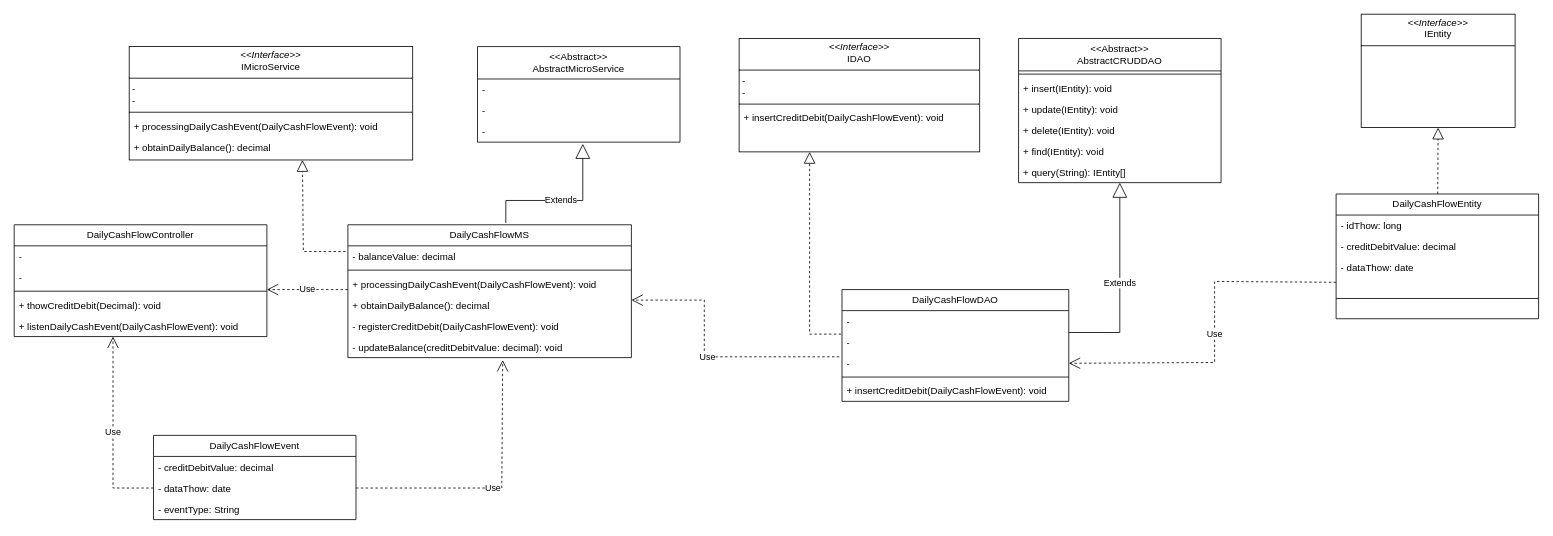
Above: page "Software Class Diagram" (2 of 3) of documentation/DailyCashFlowArchitecture.drawio in wellamaral2007/DailyCashFlowAPI (draw.io), before the change. Source tidied: cells renumbered, new cells numbered last; positions are measured from the earlier drawing's top-left corner, leaving out a move shared by most shapes. Both pictures are drawn from the tidied source at 81%, with x=0, y=0 at pixel (14, 14).
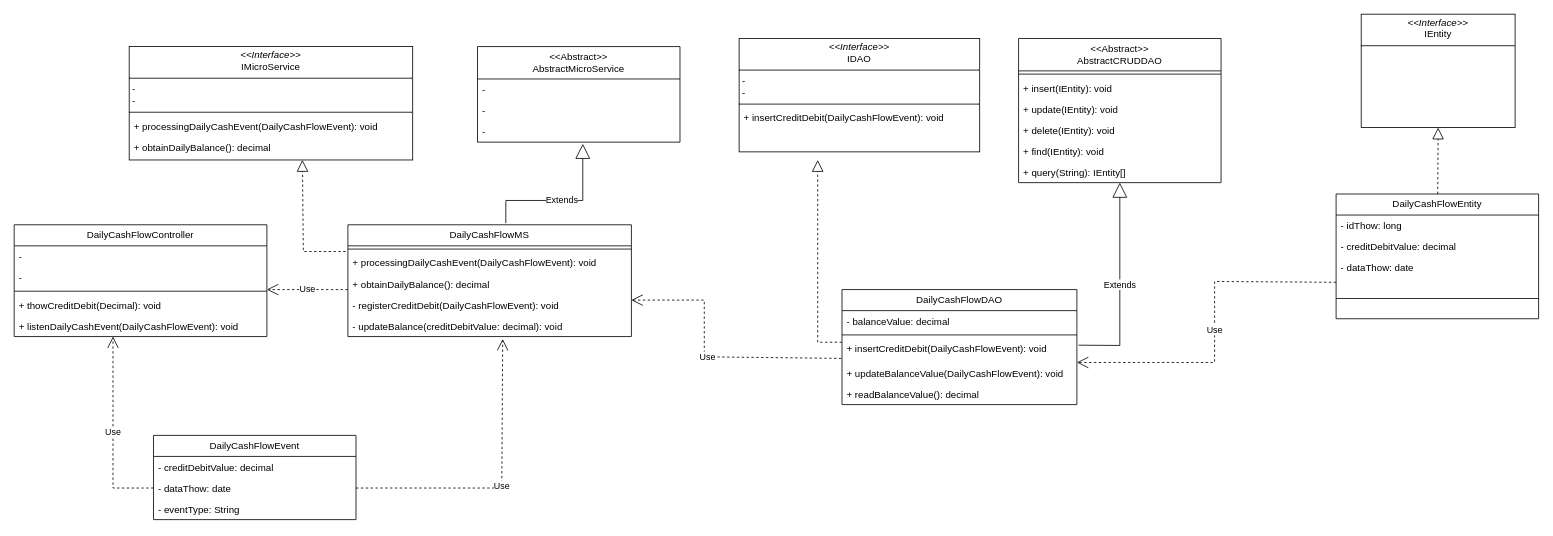
The same diagram, later.

The change refers to these unchanged cells:
```xml
<mxCell id="31" value="&amp;lt;&amp;lt;Abstract&amp;gt;&amp;gt;&lt;div&gt;AbstractCRUDDAO&lt;/div&gt;" style="swimlane;fontStyle=0;horizontal=1;startSize=40;fillColor=none;whiteSpace=wrap;html=1;" parent="1" vertex="1">
  <mxGeometry x="1240" y="30" width="250" height="178" as="geometry" />
</mxCell>
```

Diff of the diagram source:
```diff
@@
     <mxCell id="8" value="DailyCashFlowMS" style="swimlane;fontStyle=0;horizontal=1;startSize=26;fillColor=none;whiteSpace=wrap;html=1;" parent="1" vertex="1">
-      <mxGeometry x="412" y="260" width="350" height="164" as="geometry" />
+      <mxGeometry x="412" y="260" width="350" height="138" as="geometry" />
     </mxCell>
-    <mxCell id="9" value="- balanceValue: decimal" style="text;strokeColor=none;fillColor=none;align=left;verticalAlign=top;spacingLeft=4;spacingRight=4;overflow=hidden;whiteSpace=wrap;html=1;" parent="8" vertex="1">
-      <mxGeometry y="26" width="350" height="26" as="geometry" />
-    </mxCell>
     <mxCell id="10" style="line;strokeWidth=1;fillColor=none;align=left;verticalAlign=middle;spacingTop=-1;spacingLeft=3;spacingRight=3;labelPosition=right;strokeColor=inherit;" parent="8" vertex="1">
-      <mxGeometry y="52" width="350" height="8" as="geometry" />
+      <mxGeometry y="26" width="350" height="8" as="geometry" />
     </mxCell>
     <mxCell id="11" value="&lt;span style=&quot;background-color: initial;&quot;&gt;+ processingDailyCashEvent(DailyCashFlowEvent): void&lt;/span&gt;" style="text;strokeColor=none;fillColor=none;align=left;verticalAlign=top;spacingLeft=4;spacingRight=4;overflow=hidden;whiteSpace=wrap;html=1;" parent="8" vertex="1">
-      <mxGeometry y="60" width="350" height="26" as="geometry" />
+      <mxGeometry y="34" width="350" height="26" as="geometry" />
     </mxCell>
     <mxCell id="12" value="+ obtainDailyBalance(): decimal&lt;div&gt;&lt;br&gt;&lt;/div&gt;" style="text;strokeColor=none;fillColor=none;align=left;verticalAlign=top;spacingLeft=4;spacingRight=4;overflow=hidden;whiteSpace=wrap;html=1;" parent="8" vertex="1">
-      <mxGeometry y="86" width="350" height="26" as="geometry" />
+      <mxGeometry y="60" width="350" height="26" as="geometry" />
     </mxCell>
     <mxCell id="13" value="- registerCreditDebit(DailyCashFlowEvent): void&lt;div&gt;&lt;br&gt;&lt;/div&gt;" style="text;strokeColor=none;fillColor=none;align=left;verticalAlign=top;spacingLeft=4;spacingRight=4;overflow=hidden;whiteSpace=wrap;html=1;" parent="8" vertex="1">
-      <mxGeometry y="112" width="350" height="26" as="geometry" />
+      <mxGeometry y="86" width="350" height="26" as="geometry" />
     </mxCell>
     <mxCell id="14" value="- updateBalance(creditDebitValue: decimal): void&lt;div&gt;&lt;br&gt;&lt;/div&gt;" style="text;strokeColor=none;fillColor=none;align=left;verticalAlign=top;spacingLeft=4;spacingRight=4;overflow=hidden;points=[[0,0.5],[1,0.5]];portConstraint=eastwest;whiteSpace=wrap;html=1;" parent="8" vertex="1">
-      <mxGeometry y="138" width="350" height="26" as="geometry" />
+      <mxGeometry y="112" width="350" height="26" as="geometry" />
     </mxCell>
@@
     <mxCell id="25" value="DailyCashFlowDAO" style="swimlane;fontStyle=0;horizontal=1;startSize=26;fillColor=none;whiteSpace=wrap;html=1;" parent="1" vertex="1">
-      <mxGeometry x="1022" y="340" width="280" height="138" as="geometry" />
+      <mxGeometry x="1022" y="340" width="290" height="142" as="geometry" />
     </mxCell>
-    <mxCell id="26" value="-" style="text;strokeColor=none;fillColor=none;align=left;verticalAlign=top;spacingLeft=4;spacingRight=4;overflow=hidden;points=[[0,0.5],[1,0.5]];portConstraint=eastwest;whiteSpace=wrap;html=1;" parent="25" vertex="1">
-      <mxGeometry y="26" width="280" height="26" as="geometry" />
-    </mxCell>
-    <mxCell id="27" value="-" style="text;strokeColor=none;fillColor=none;align=left;verticalAlign=top;spacingLeft=4;spacingRight=4;overflow=hidden;points=[[0,0.5],[1,0.5]];portConstraint=eastwest;whiteSpace=wrap;html=1;" parent="25" vertex="1">
-      <mxGeometry y="52" width="280" height="26" as="geometry" />
-    </mxCell>
-    <mxCell id="28" value="-" style="text;strokeColor=none;fillColor=none;align=left;verticalAlign=top;spacingLeft=4;spacingRight=4;overflow=hidden;points=[[0,0.5],[1,0.5]];portConstraint=eastwest;whiteSpace=wrap;html=1;" parent="25" vertex="1">
-      <mxGeometry y="78" width="280" height="26" as="geometry" />
-    </mxCell>
+    <mxCell id="9" value="- balanceValue: decimal" style="text;strokeColor=none;fillColor=none;align=left;verticalAlign=top;spacingLeft=4;spacingRight=4;overflow=hidden;whiteSpace=wrap;html=1;" parent="25" vertex="1">
+      <mxGeometry y="26" width="290" height="26" as="geometry" />
+    </mxCell>
     <mxCell id="29" style="line;strokeWidth=1;fillColor=none;align=left;verticalAlign=middle;spacingTop=-1;spacingLeft=3;spacingRight=3;labelPosition=right;strokeColor=inherit;" parent="25" vertex="1">
-      <mxGeometry y="104" width="280" height="8" as="geometry" />
+      <mxGeometry y="52" width="290" height="8" as="geometry" />
     </mxCell>
     <mxCell id="30" value="+ insertCreditDebit(DailyCashFlowEvent): void&lt;div&gt;&lt;br&gt;&lt;/div&gt;" style="text;strokeColor=none;fillColor=none;align=left;verticalAlign=top;spacingLeft=4;spacingRight=4;overflow=hidden;points=[[0,0.5],[1,0.5]];portConstraint=eastwest;whiteSpace=wrap;html=1;" parent="25" vertex="1">
-      <mxGeometry y="112" width="280" height="26" as="geometry" />
+      <mxGeometry y="60" width="290" height="30" as="geometry" />
     </mxCell>
+    <mxCell id="57" value="+ updateBalanceValue(DailyCashFlowEvent): void&lt;div&gt;&lt;br&gt;&lt;/div&gt;" style="text;strokeColor=none;fillColor=none;align=left;verticalAlign=top;spacingLeft=4;spacingRight=4;overflow=hidden;whiteSpace=wrap;html=1;" parent="25" vertex="1">
+      <mxGeometry y="90" width="290" height="26" as="geometry" />
+    </mxCell>
+    <mxCell id="58" value="+ readBalanceValue(): decimal&lt;div&gt;&lt;br&gt;&lt;/div&gt;" style="text;strokeColor=none;fillColor=none;align=left;verticalAlign=top;spacingLeft=4;spacingRight=4;overflow=hidden;whiteSpace=wrap;html=1;" parent="25" vertex="1">
+      <mxGeometry y="116" width="290" height="26" as="geometry" />
+    </mxCell>
@@
-    <mxCell id="40" value="Extends" style="endArrow=block;endSize=16;endFill=0;html=1;rounded=0;exitX=1;exitY=1.038;exitDx=0;exitDy=0;exitPerimeter=0;" parent="1" edge="1" source="26" target="31">
+    <mxCell id="40" value="Extends" style="endArrow=block;endSize=16;endFill=0;html=1;rounded=0;exitX=1.007;exitY=0.288;exitDx=0;exitDy=0;exitPerimeter=0;" parent="1" edge="1" source="30" target="31">
       <mxGeometry relative="1" as="geometry">
         <Array as="points">
-          <mxPoint x="1365" y="393" />
+          <mxPoint x="1365" y="409" />
           <mxPoint x="1365" y="322" />
         </Array>
       </mxGeometry>
     </mxCell>
@@
-    <mxCell id="44" style="endArrow=block;dashed=1;endFill=0;endSize=12;html=1;rounded=0;entryX=0.5;entryY=1;entryDx=0;entryDy=0;exitX=-0.004;exitY=0.115;exitDx=0;exitDy=0;exitPerimeter=0;" parent="1" edge="1" source="27">
-      <mxGeometry relative="1" as="geometry">
-        <mxPoint x="982" y="170" as="targetPoint" />
-        <Array as="points">
-          <mxPoint x="982" y="395" />
-        </Array>
-      </mxGeometry>
-    </mxCell>
@@
-    <mxCell id="50" value="Use" style="endArrow=open;endSize=12;dashed=1;html=1;rounded=0;entryX=1;entryY=0.5;entryDx=0;entryDy=0;" parent="1" edge="1" target="28">
+    <mxCell id="50" value="Use" style="endArrow=open;endSize=12;dashed=1;html=1;rounded=0;entryX=1;entryY=1;entryDx=0;entryDy=0;entryPerimeter=0;" parent="1" edge="1" target="30">
       <mxGeometry relative="1" as="geometry">
         <mxPoint x="1632" y="331" as="sourcePoint" />
         <Array as="points">
           <mxPoint x="1482" y="330" />
           <mxPoint x="1482" y="430" />
         </Array>
       </mxGeometry>
     </mxCell>
@@
-    <mxCell id="53" value="Use" style="endArrow=open;endSize=12;dashed=1;html=1;rounded=0;exitX=-0.012;exitY=0.192;exitDx=0;exitDy=0;exitPerimeter=0;" parent="1" edge="1" source="28">
+    <mxCell id="53" value="Use" style="endArrow=open;endSize=12;dashed=1;html=1;rounded=0;exitX=-0.003;exitY=0.833;exitDx=0;exitDy=0;exitPerimeter=0;" parent="1" edge="1" source="30">
       <mxGeometry relative="1" as="geometry">
         <mxPoint x="762" y="353" as="targetPoint" />
         <Array as="points">
           <mxPoint x="852" y="423" />
           <mxPoint x="852" y="353" />
         </Array>
       </mxGeometry>
     </mxCell>
@@
+    <mxCell id="59" style="endArrow=block;dashed=1;endFill=0;endSize=12;html=1;rounded=0;entryX=0.5;entryY=1;entryDx=0;entryDy=0;" parent="1" edge="1">
+      <mxGeometry relative="1" as="geometry">
+        <mxPoint x="1022" y="405" as="sourcePoint" />
+        <mxPoint x="992" y="180" as="targetPoint" />
+        <Array as="points">
+          <mxPoint x="992" y="405" />
+        </Array>
+      </mxGeometry>
+    </mxCell>
```
